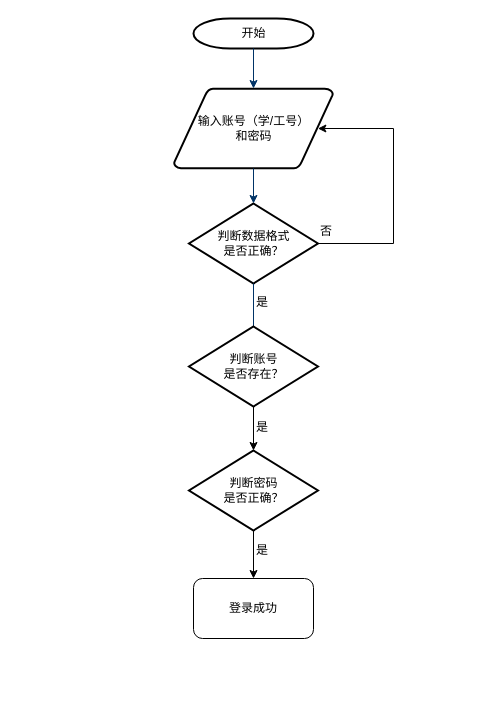
This is page "登录" (1 of 2) of 流程图.drawio from Gonod20s/Voice-Controlled-Robot, a draw.io file, before an edit. Source tidied: cells renumbered, new cells numbered last; positions are measured from the earlier drawing's top-left corner, leaving out a move shared by most shapes. Both pictures are drawn from the tidied source at 100%, with x=0, y=0 at pixel (173, 18).
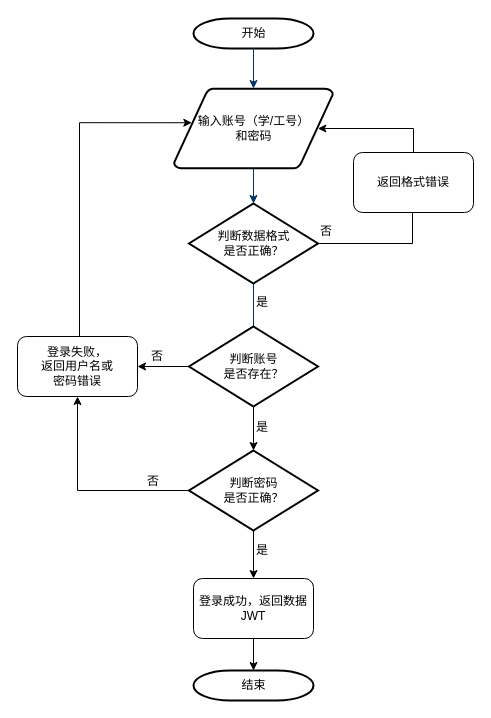
After the change.

Commit message (it also covers changes not shown here):
更新流程图.drawio

Unchanged cells that the change refers to:
```xml
<mxCell id="3" value="输入账号（学/工号）&lt;div&gt;和密码&lt;/div&gt;" style="shape=mxgraph.flowchart.data;strokeWidth=2;gradientColor=none;gradientDirection=north;fontStyle=0;html=1;" parent="1" vertex="1">
  <mxGeometry x="0.5" y="70" width="159" height="80" as="geometry" />
</mxCell>
<mxCell id="4" value="判断数据格式&lt;div&gt;是否正确？&lt;/div&gt;" style="shape=mxgraph.flowchart.decision;strokeWidth=2;gradientColor=none;gradientDirection=north;fontStyle=0;html=1;" parent="1" vertex="1">
  <mxGeometry x="15.5" y="185" width="129" height="80" as="geometry" />
</mxCell>
<mxCell id="10" value="判断账号&lt;div&gt;是否存在？&lt;/div&gt;" style="shape=mxgraph.flowchart.decision;strokeWidth=2;gradientColor=none;gradientDirection=north;fontStyle=0;html=1;" parent="1" vertex="1">
  <mxGeometry x="15.5" y="308" width="129" height="80" as="geometry" />
</mxCell>
<mxCell id="12" value="判断密码&lt;div&gt;是否正确？&lt;/div&gt;" style="shape=mxgraph.flowchart.decision;strokeWidth=2;gradientColor=none;gradientDirection=north;fontStyle=0;html=1;" parent="1" vertex="1">
  <mxGeometry x="15.5" y="432" width="129" height="80" as="geometry" />
</mxCell>
```

Diff of the diagram source:
```diff
@@
+    <mxCell id="18" style="edgeStyle=orthogonalEdgeStyle;rounded=0;jettySize=auto;html=1;entryX=1;entryY=0.5;entryDx=0;entryDy=0;" parent="1" edge="1" source="10" target="23">
+      <mxGeometry relative="1" as="geometry" />
+    </mxCell>
@@
+    <mxCell id="19" style="edgeStyle=orthogonalEdgeStyle;rounded=0;jettySize=auto;html=1;exitX=0;exitY=0.5;exitDx=0;exitDy=0;exitPerimeter=0;entryX=0.5;entryY=1;entryDx=0;entryDy=0;" parent="1" edge="1" source="12" target="23">
+      <mxGeometry relative="1" as="geometry" />
+    </mxCell>
@@
+    <mxCell id="20" style="edgeStyle=orthogonalEdgeStyle;rounded=0;jettySize=auto;html=1;" parent="1" edge="1" source="13" target="24">
+      <mxGeometry relative="1" as="geometry" />
+    </mxCell>
-    <mxCell id="13" value="登录成功" style="rounded=1;whiteSpace=wrap;html=1;" parent="1" vertex="1">
+    <mxCell id="13" value="登录成功，返回数据JWT" style="rounded=1;whiteSpace=wrap;html=1;" parent="1" vertex="1">
       <mxGeometry x="20" y="560" width="120" height="60" as="geometry" />
     </mxCell>
@@
-    <mxCell id="16" style="edgeStyle=orthogonalEdgeStyle;rounded=0;jettySize=auto;html=1;entryX=0.905;entryY=0.5;entryDx=0;entryDy=0;entryPerimeter=0;exitX=1;exitY=0.5;exitDx=0;exitDy=0;exitPerimeter=0;" parent="1" edge="1" source="4" target="3">
-      <mxGeometry relative="1" as="geometry">
-        <Array as="points">
-          <mxPoint x="220" y="225" />
-          <mxPoint x="220" y="110" />
-        </Array>
-      </mxGeometry>
+    <mxCell id="16" style="edgeStyle=orthogonalEdgeStyle;rounded=0;jettySize=auto;html=1;entryX=0.905;entryY=0.5;entryDx=0;entryDy=0;entryPerimeter=0;exitX=0.5;exitY=0;exitDx=0;exitDy=0;" parent="1" edge="1" source="22" target="3">
+      <mxGeometry relative="1" as="geometry" />
     </mxCell>
@@
+    <mxCell id="21" style="edgeStyle=orthogonalEdgeStyle;rounded=0;jettySize=auto;html=1;exitX=1;exitY=0.5;exitDx=0;exitDy=0;exitPerimeter=0;entryX=0.5;entryY=1;entryDx=0;entryDy=0;" parent="1" edge="1" source="4" target="22">
+      <mxGeometry relative="1" as="geometry">
+        <Array as="points">
+          <mxPoint x="239" y="225" />
+          <mxPoint x="239" y="193" />
+          <mxPoint x="240" y="193" />
+        </Array>
+      </mxGeometry>
+    </mxCell>
+    <mxCell id="22" value="返回格式错误" style="rounded=1;whiteSpace=wrap;html=1;" parent="1" vertex="1">
+      <mxGeometry x="180" y="134" width="120" height="60" as="geometry" />
+    </mxCell>
+    <mxCell id="23" value="登录失败，&lt;div&gt;返回用户名&lt;span style=&quot;background-color: transparent;&quot;&gt;或&lt;/span&gt;&lt;div&gt;&lt;span style=&quot;background-color: transparent;&quot;&gt;密码错误&lt;/span&gt;&lt;/div&gt;&lt;/div&gt;" style="rounded=1;whiteSpace=wrap;html=1;" parent="1" vertex="1">
+      <mxGeometry x="-156" y="318" width="120" height="60" as="geometry" />
+    </mxCell>
+    <mxCell id="24" value="结束" style="shape=mxgraph.flowchart.terminator;strokeWidth=2;gradientColor=none;gradientDirection=north;fontStyle=0;html=1;" parent="1" vertex="1">
+      <mxGeometry x="20" y="652" width="120" height="30" as="geometry" />
+    </mxCell>
+    <mxCell id="25" style="edgeStyle=orthogonalEdgeStyle;rounded=0;jettySize=auto;html=1;entryX=0.112;entryY=0.428;entryDx=0;entryDy=0;entryPerimeter=0;" parent="1" edge="1" source="23" target="3">
+      <mxGeometry relative="1" as="geometry">
+        <Array as="points">
+          <mxPoint x="-94" y="104" />
+        </Array>
+      </mxGeometry>
+    </mxCell>
+    <mxCell id="26" value="否" style="text;fontStyle=0;html=1;strokeColor=none;gradientColor=none;fillColor=none;strokeWidth=2;" parent="1" vertex="1">
+      <mxGeometry x="-24.5" y="324" width="40" height="26" as="geometry" />
+    </mxCell>
+    <mxCell id="27" value="否" style="text;fontStyle=0;html=1;strokeColor=none;gradientColor=none;fillColor=none;strokeWidth=2;" parent="1" vertex="1">
+      <mxGeometry x="-28" y="449" width="40" height="26" as="geometry" />
+    </mxCell>
```
